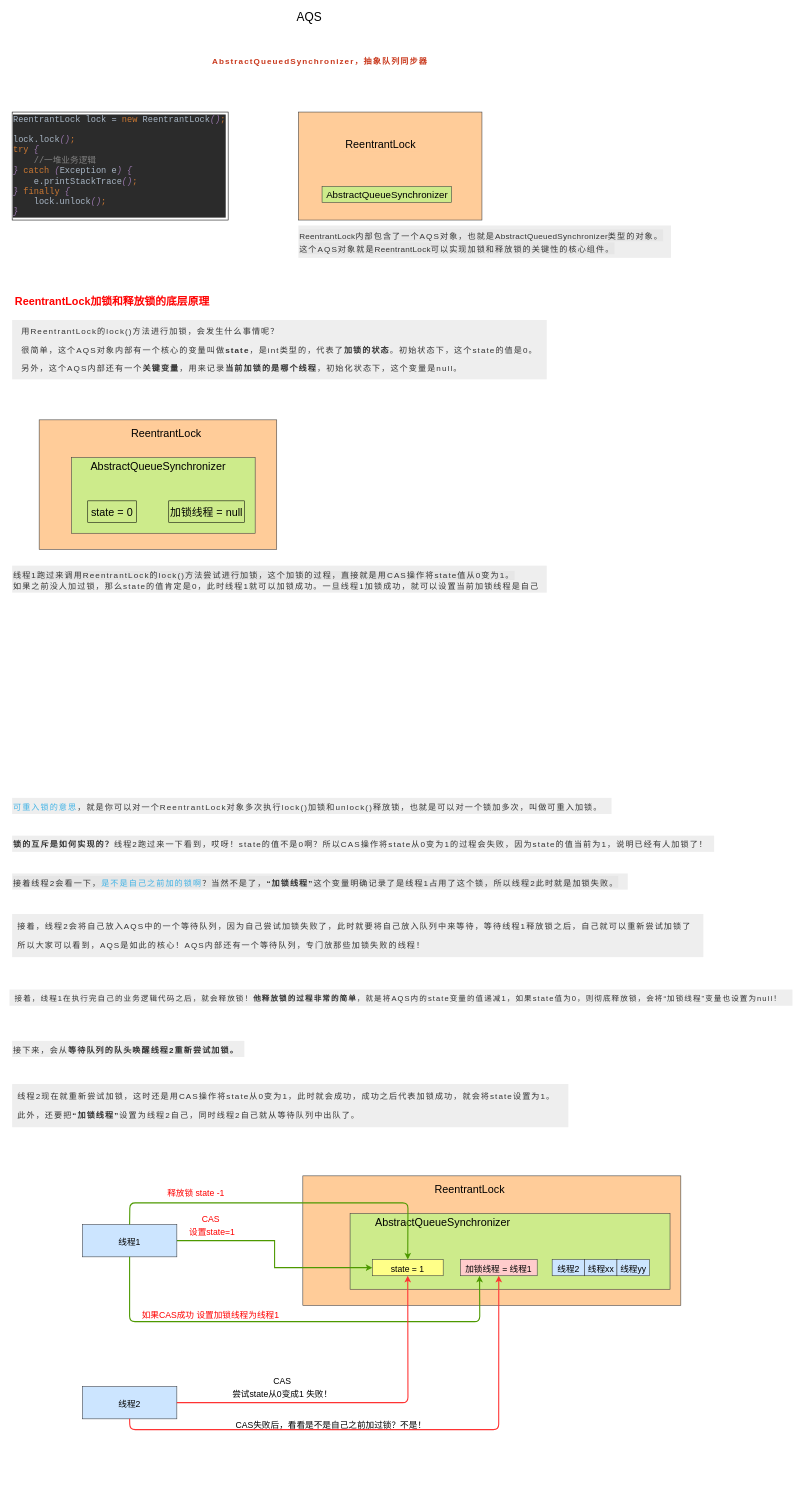
The draw.io diagram page "AQS" (7 of 7) of CI/CI/moeed.drawio in liudongdong0909/draw, before the edit. Source tidied: cells renumbered, new cells numbered last; positions are measured from the earlier drawing's top-left corner, leaving out a move shared by most shapes. Both pictures are drawn from the tidied source at 54%, with x=0, y=0 at pixel (9, 9).
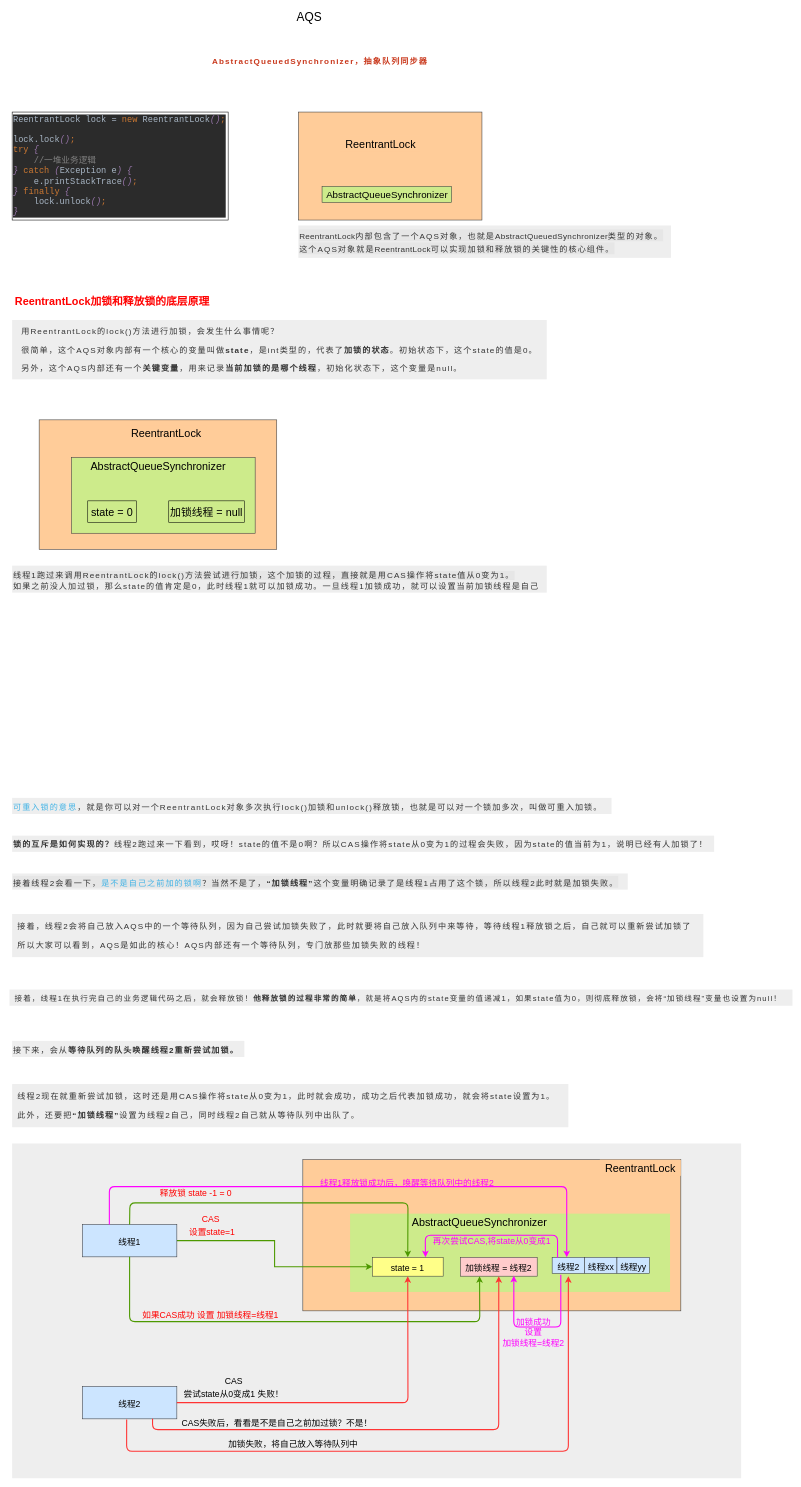
The same diagram, later.

The change refers to these unchanged cells:
```xml
<mxCell id="39" value="&lt;span style=&quot;font-size: 16px&quot;&gt;线程2&lt;/span&gt;" style="text;html=1;align=center;verticalAlign=middle;points=[];fontSize=20;fillColor=#cce5ff;strokeColor=#36393d;" parent="38" vertex="1">
  <mxGeometry width="60" height="30" as="geometry" />
</mxCell>
```

Diff of the diagram source:
```diff
@@
+    <mxCell id="54" style="rounded=0;whiteSpace=wrap;html=1;labelBackgroundColor=none;fillColor=#eeeeee;fontSize=16;align=left;strokeColor=none;" parent="1" vertex="1">
+      <mxGeometry x="5" y="2100" width="1350" height="620" as="geometry" />
+    </mxCell>
@@
+    <mxCell id="55" style="group;" parent="1" vertex="1">
+      <mxGeometry x="135" y="2160" width="1108.3" height="510" as="geometry" />
+    </mxCell>
-    <mxCell id="28" style="group;" parent="1" vertex="1">
-      <mxGeometry x="135" y="2160" width="1108.3" height="270" as="geometry" />
+    <mxCell id="28" style="group;" parent="55" vertex="1">
+      <mxGeometry width="1108.3" height="280" as="geometry" />
     </mxCell>
     <mxCell id="29" style="group;" parent="28" vertex="1">
-      <mxGeometry width="1108.3" height="270" as="geometry" />
+      <mxGeometry width="1108.3" height="280" as="geometry" />
     </mxCell>
     <mxCell id="30" style="group;" parent="29" vertex="1">
-      <mxGeometry x="408.3" width="700" height="240" as="geometry" />
+      <mxGeometry x="408.3" y="-30" width="700" height="280" as="geometry" />
     </mxCell>
     <mxCell id="31" style="group;" parent="30" vertex="1">
-      <mxGeometry width="700" height="240" as="geometry" />
+      <mxGeometry width="700" height="280" as="geometry" />
     </mxCell>
     <mxCell id="32" style="whiteSpace=wrap;html=1;fillColor=#ffcc99;fontSize=16;align=center;strokeColor=#36393d;" parent="31" vertex="1">
-      <mxGeometry width="700" height="240" as="geometry" />
+      <mxGeometry width="700" height="280" as="geometry" />
     </mxCell>
     <mxCell id="33" value="ReentrantLock" style="text;html=1;align=center;verticalAlign=middle;fontSize=20;fillColor=#ffcc99;" parent="31" vertex="1">
-      <mxGeometry x="233.3" y="10" width="150" height="30" as="geometry" />
+      <mxGeometry x="550" width="150" height="30" as="geometry" />
     </mxCell>
-    <mxCell id="34" style="whiteSpace=wrap;html=1;fillColor=#cdeb8b;fontSize=20;align=center;strokeColor=#36393d;" parent="31" vertex="1">
-      <mxGeometry x="87.5" y="70" width="592.5" height="140" as="geometry" />
+    <mxCell id="34" style="whiteSpace=wrap;html=1;fillColor=#cdeb8b;fontSize=20;align=center;strokeColor=none;" parent="31" vertex="1">
+      <mxGeometry x="87.5" y="100" width="592.5" height="145" as="geometry" />
     </mxCell>
     <mxCell id="35" value="&lt;span&gt;&lt;font color=&quot;#000000&quot;&gt;AbstractQueueSynchronizer&lt;/font&gt;&lt;/span&gt;" style="text;html=1;align=center;verticalAlign=middle;fontSize=20;fontColor=#FF0000;" parent="31" vertex="1">
-      <mxGeometry x="124" y="70" width="270" height="30" as="geometry" />
+      <mxGeometry x="191.7" y="100" width="270" height="30" as="geometry" />
     </mxCell>
     <mxCell id="36" value="&lt;font color=&quot;#000000&quot; style=&quot;font-size: 16px&quot;&gt;state = 1&lt;/font&gt;" style="whiteSpace=wrap;html=1;fillColor=#ffff88;fontSize=20;align=center;strokeColor=#36393d;" parent="31" vertex="1">
-      <mxGeometry x="128.7" y="155" width="131.2" height="30" as="geometry" />
+      <mxGeometry x="128.7" y="180.8" width="131.2" height="35" as="geometry" />
     </mxCell>
-    <mxCell id="37" value="&lt;font color=&quot;#000000&quot; style=&quot;font-size: 16px&quot;&gt;加锁线程 = 线程1&lt;/font&gt;" style="whiteSpace=wrap;html=1;fillColor=#ffcccc;fontSize=20;align=center;strokeColor=#36393d;" parent="31" vertex="1">
-      <mxGeometry x="291.7" y="155" width="142.3" height="30" as="geometry" />
+    <mxCell id="37" value="&lt;font color=&quot;#000000&quot; style=&quot;font-size: 16px&quot;&gt;加锁线程 = 线程2&lt;/font&gt;" style="whiteSpace=wrap;html=1;fillColor=#ffcccc;fontSize=20;align=center;strokeColor=#36393d;" parent="31" vertex="1">
+      <mxGeometry x="291.7" y="180.8" width="142.3" height="35" as="geometry" />
     </mxCell>
     <mxCell id="38" style="group;" parent="31" vertex="1">
-      <mxGeometry x="461.7" y="155" width="180" height="30" as="geometry" />
+      <mxGeometry x="461.7" y="180.8" width="180" height="35" as="geometry" />
     </mxCell>
@@
+    <mxCell id="56" style="endArrow=classic;html=1;strokeColor=#FF00FF;strokeWidth=2;fontSize=20;fontColor=#FF0000;entryX=0.75;entryY=0;entryDx=0;entryDy=0;" parent="31" edge="1" target="36">
+      <mxGeometry relative="1" as="geometry">
+        <mxPoint x="471.7" y="181" as="sourcePoint" />
+        <Array as="points">
+          <mxPoint x="471.7" y="140" />
+          <mxPoint x="226.7" y="140" />
+        </Array>
+      </mxGeometry>
+    </mxCell>
+    <mxCell id="57" value="再次尝试CAS,将state从0变成1" style="text;html=1;align=center;verticalAlign=middle;fontSize=16;fontColor=#FF00FF;" parent="31" vertex="1">
+      <mxGeometry x="235" y="140" width="230" height="20" as="geometry" />
+    </mxCell>
+    <mxCell id="58" style="endArrow=classic;html=1;strokeColor=#FF00FF;strokeWidth=2;fontSize=16;fontColor=#FF00FF;entryX=0.696;entryY=0.976;entryDx=0;entryDy=0;entryPerimeter=0;exitX=0.267;exitY=1.072;exitDx=0;exitDy=0;exitPerimeter=0;" parent="31" edge="1" source="39" target="37">
+      <mxGeometry relative="1" as="geometry">
+        <Array as="points">
+          <mxPoint x="477.7" y="310" />
+          <mxPoint x="390.7" y="310" />
+        </Array>
+      </mxGeometry>
+    </mxCell>
@@
-    <mxCell id="46" value="&lt;font style=&quot;font-size: 16px&quot;&gt;如果CAS成功 设置加锁线程为线程1&lt;/font&gt;" style="text;html=1;align=center;verticalAlign=middle;fontSize=20;fontColor=#FF0000;" parent="29" vertex="1">
+    <mxCell id="46" value="&lt;font style=&quot;font-size: 16px&quot;&gt;如果CAS成功 设置 加锁线程=线程1&lt;/font&gt;" style="text;html=1;align=center;verticalAlign=middle;fontSize=20;fontColor=#FF0000;" parent="29" vertex="1">
       <mxGeometry x="102.1" y="240" width="270" height="30" as="geometry" />
     </mxCell>
@@
+    <mxCell id="59" style="endArrow=classic;html=1;strokeWidth=2;fontSize=20;fontColor=#FF0000;entryX=0.45;entryY=0;entryDx=0;entryDy=0;entryPerimeter=0;strokeColor=#FF00FF;" parent="29" edge="1" target="39">
+      <mxGeometry relative="1" as="geometry">
+        <mxPoint x="50" y="90" as="sourcePoint" />
+        <Array as="points">
+          <mxPoint x="50" y="20" />
+          <mxPoint x="897" y="20" />
+        </Array>
+      </mxGeometry>
+    </mxCell>
+    <mxCell id="60" value="&lt;font style=&quot;font-size: 16px&quot; color=&quot;#ff00ff&quot;&gt;线程1释放锁成功后，唤醒等待队列中的线程2&lt;/font&gt;" style="edgeLabel;html=1;align=center;verticalAlign=middle;fontSize=20;fontColor=#FF0000;labelBackgroundColor=none;" parent="59" vertex="1">
+      <mxGeometry x="-0.01" y="3" relative="1" as="geometry">
+        <mxPoint x="101.6" y="-7" as="offset" />
+      </mxGeometry>
+    </mxCell>
-    <mxCell id="48" value="&lt;font style=&quot;font-size: 16px&quot;&gt;线程2&lt;/font&gt;" style="whiteSpace=wrap;html=1;fillColor=#cce5ff;fontSize=20;align=center;strokeColor=#36393d;" parent="1" vertex="1">
-      <mxGeometry x="135" y="2550" width="175" height="60" as="geometry" />
+    <mxCell id="48" value="&lt;font style=&quot;font-size: 16px&quot;&gt;线程2&lt;/font&gt;" style="whiteSpace=wrap;html=1;fillColor=#cce5ff;fontSize=20;align=center;strokeColor=#36393d;" parent="55" vertex="1">
+      <mxGeometry y="390" width="175" height="60" as="geometry" />
     </mxCell>
-    <mxCell id="49" value="&lt;span style=&quot;font-size: 16px&quot;&gt;释放锁 state -1&lt;/span&gt;" style="text;html=1;align=center;verticalAlign=middle;fontSize=20;fontColor=#FF0000;" parent="1" vertex="1">
-      <mxGeometry x="285" y="2175" width="120" height="30" as="geometry" />
+    <mxCell id="49" value="&lt;span style=&quot;font-size: 16px&quot;&gt;释放锁 state -1 = 0&lt;/span&gt;" style="text;html=1;align=center;verticalAlign=middle;fontSize=20;fontColor=#FF0000;" parent="55" vertex="1">
+      <mxGeometry x="135" y="15" width="150" height="30" as="geometry" />
     </mxCell>
-    <mxCell id="50" style="endArrow=classic;html=1;strokeWidth=2;fontSize=20;fontColor=#FF0000;exitX=1;exitY=0.5;exitDx=0;exitDy=0;entryX=0.5;entryY=1;entryDx=0;entryDy=0;strokeColor=#FF3333;" parent="1" edge="1" source="48" target="36">
+    <mxCell id="50" style="endArrow=classic;html=1;strokeWidth=2;fontSize=20;fontColor=#FF0000;exitX=1;exitY=0.5;exitDx=0;exitDy=0;entryX=0.5;entryY=1;entryDx=0;entryDy=0;strokeColor=#FF3333;" parent="55" edge="1" source="48" target="36">
       <mxGeometry relative="1" as="geometry">
         <Array as="points">
-          <mxPoint x="738" y="2580" />
+          <mxPoint x="603" y="420" />
         </Array>
       </mxGeometry>
     </mxCell>
-    <mxCell id="51" value="&lt;font color=&quot;#000000&quot; style=&quot;font-size: 16px&quot;&gt;CAS&lt;br&gt;尝试state从0变成1 失败！&lt;br&gt;&lt;/font&gt;" style="text;html=1;align=center;verticalAlign=middle;fontSize=20;fontColor=#FF0000;" parent="1" vertex="1">
-      <mxGeometry x="405" y="2520" width="200" height="60" as="geometry" />
+    <mxCell id="51" value="&lt;font color=&quot;#000000&quot; style=&quot;font-size: 16px&quot;&gt;CAS&lt;br&gt;尝试state从0变成1 失败！&lt;br&gt;&lt;/font&gt;" style="text;html=1;align=center;verticalAlign=middle;fontSize=20;fontColor=#FF0000;" parent="55" vertex="1">
+      <mxGeometry x="180" y="360" width="200" height="60" as="geometry" />
     </mxCell>
-    <mxCell id="52" style="endArrow=classic;html=1;strokeColor=#FF3333;strokeWidth=2;fontSize=20;fontColor=#FF0000;exitX=0.5;exitY=1;exitDx=0;exitDy=0;entryX=0.5;entryY=1;entryDx=0;entryDy=0;" parent="1" edge="1" source="48" target="37">
+    <mxCell id="52" style="endArrow=classic;html=1;strokeColor=#FF3333;strokeWidth=2;fontSize=20;fontColor=#FF0000;entryX=0.5;entryY=1;entryDx=0;entryDy=0;" parent="55" edge="1" target="37">
       <mxGeometry relative="1" as="geometry">
+        <mxPoint x="130" y="450" as="sourcePoint" />
         <Array as="points">
-          <mxPoint x="223" y="2630" />
-          <mxPoint x="906" y="2630" />
+          <mxPoint x="130" y="470" />
+          <mxPoint x="771" y="470" />
         </Array>
       </mxGeometry>
     </mxCell>
-    <mxCell id="53" value="&lt;font color=&quot;#000000&quot;&gt;&lt;span style=&quot;font-size: 16px&quot;&gt;CAS失败后，看看是不是自己之前加过锁？不是！&lt;/span&gt;&lt;/font&gt;" style="text;html=1;align=center;verticalAlign=middle;fontSize=20;fontColor=#FF0000;" parent="1" vertex="1">
-      <mxGeometry x="410" y="2605" width="370" height="30" as="geometry" />
+    <mxCell id="53" value="&lt;font color=&quot;#000000&quot;&gt;&lt;span style=&quot;font-size: 16px&quot;&gt;CAS失败后，看看是不是自己之前加过锁？不是！&lt;/span&gt;&lt;/font&gt;" style="text;html=1;align=center;verticalAlign=middle;fontSize=20;fontColor=#FF0000;" parent="55" vertex="1">
+      <mxGeometry x="175" y="440" width="370" height="30" as="geometry" />
     </mxCell>
+    <mxCell id="61" style="endArrow=classic;html=1;strokeColor=#FF3333;strokeWidth=2;fontSize=20;fontColor=#FF0000;exitX=0.469;exitY=1.017;exitDx=0;exitDy=0;exitPerimeter=0;entryX=0.5;entryY=1.167;entryDx=0;entryDy=0;entryPerimeter=0;" parent="55" edge="1" source="48" target="39">
+      <mxGeometry relative="1" as="geometry">
+        <Array as="points">
+          <mxPoint x="82" y="510" />
+          <mxPoint x="900" y="510" />
+        </Array>
+      </mxGeometry>
+    </mxCell>
+    <mxCell id="62" value="&lt;span style=&quot;font-size: 16px&quot;&gt;&lt;font color=&quot;#000000&quot;&gt;加锁失败，将自己放入等待队列中&lt;/font&gt;&lt;/span&gt;" style="text;html=1;align=center;verticalAlign=middle;fontSize=20;fontColor=#FF0000;" parent="55" vertex="1">
+      <mxGeometry x="260" y="480" width="260" height="30" as="geometry" />
+    </mxCell>
+    <mxCell id="63" value="加锁成功&lt;br&gt;设置&lt;br&gt;加锁线程=线程2" style="text;html=1;align=center;verticalAlign=middle;fontSize=16;fontColor=#FF00FF;" parent="55" vertex="1">
+      <mxGeometry x="770" y="260" width="130" height="60" as="geometry" />
+    </mxCell>
```
